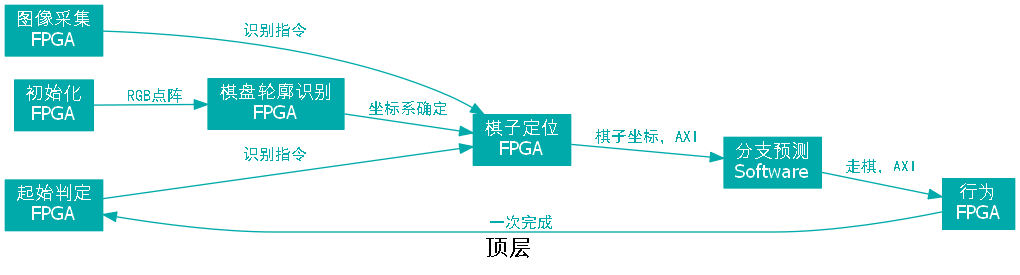
Before: Plans/PlanA/Top.dot.png, a diagram exported from Graphviz (dtysky/Graduation_Project). Its source is kept beside it as Plans/PlanA/Top.dot.
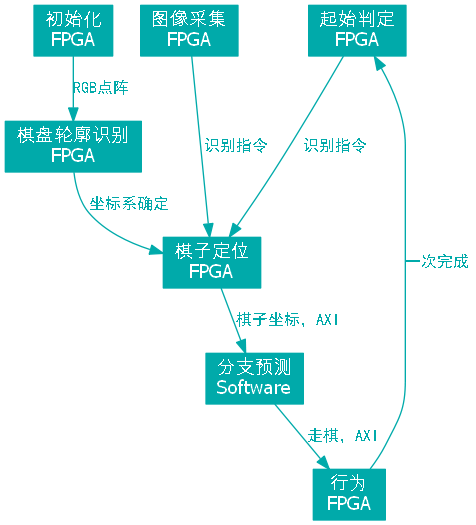
Later version of the same file.

The edit, as a diff of the source:
```diff
@@ -1,10 +1,9 @@
 digraph Top{
 	fontname = "MSYaHei";
 	fontsize = 18;
-	label = "顶层";
-	rankdir = LR;
+	#label = "顶层";
+	rankdir = TB;
 	rank = min;
-	size = "400,400";
 	edge [
 		fontname = "SimHei",
 		fontcolor = "#00AAAA",
```
